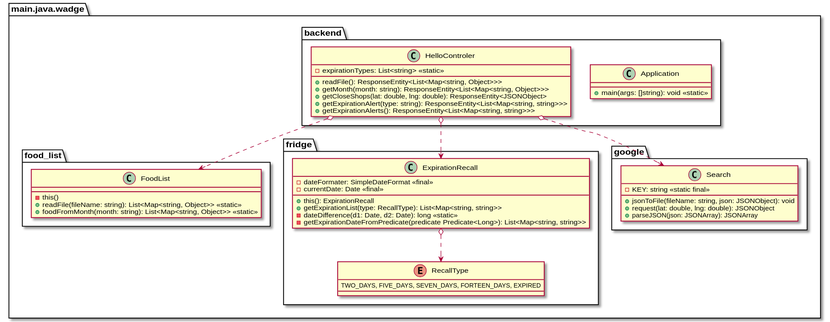
The PlantUML diagram docs/diagram/out/Wadge-BackEnd.svg in romainvacheret/wadge-backend, before a commit.
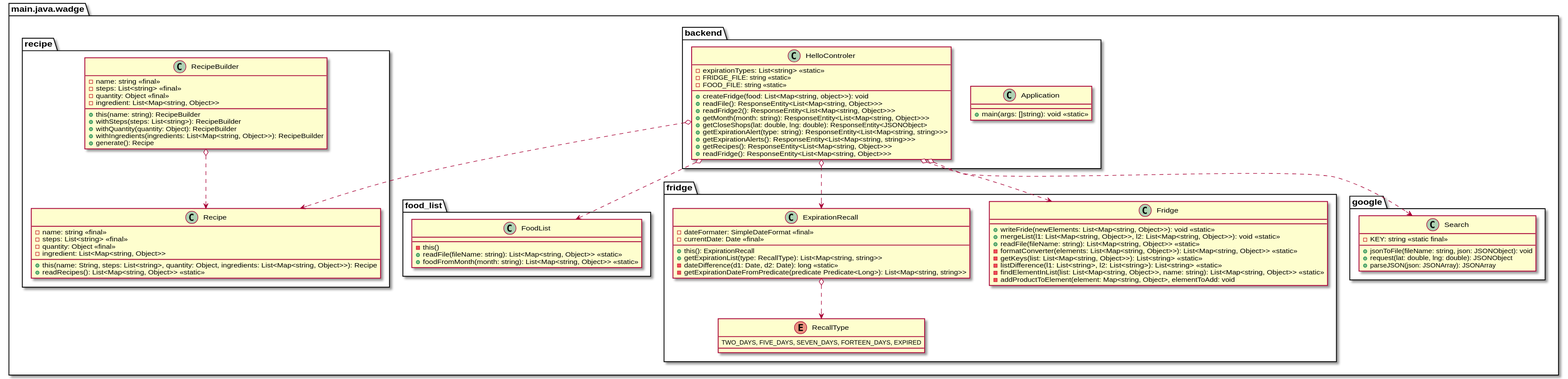
Later version of the same file.

Commit message:
Diagrams up to date

The edit, as a diff of the source:
```diff
@@ -7,12 +7,17 @@
 
             class HelloControler {
                 - expirationTypes: List<string> <<static>>
+                - FRIDGE_FILE: string <<static>>
+                - FOOD_FILE: string <<static>>
+                + createFridge(food: List<Map<string, object>>): void
                 + readFile(): ResponseEntity<List<Map<string, Object>>>
+                + readFridge2(): ResponseEntity<List<Map<string, Object>>>
                 + getMonth(month: string): ResponseEntity<List<Map<string, Object>>>
                 + getCloseShops(lat: double, lng: double): ResponseEntity<JSONObject>
                 + getExpirationAlert(type: string): ResponseEntity<List<Map<string, string>>>
                 + getExpirationAlerts(): ResponseEntity<List<Map<string, string>>>
-
+                + getRecipes(): ResponseEntity<List<Map<string, Object>>>
+                + readFridge(): ResponseEntity<List<Map<string, Object>>>
             }
 
         }
@@ -26,6 +31,18 @@
         }
 
         package fridge {
+            class Fridge {
+                + writeFride(newElements: List<Map<string, Object>>): void <<static>>
+                + mergeList(l1: List<Map<string, Object>>, l2: List<Map<string, Object>>): void <<static>>
+                + readFile(fileName: string): List<Map<string, Object>> <<static>>
+                - formatConverter(elements: List<Map<string, Object>>): List<Map<string, Object>> <<static>>
+                - getKeys(list: List<Map<string, Object>>): List<string> <<static>>
+                - listDifference(l1: List<string>, l2: List<string>): List<string> <<static>>
+                - findElementInList(list: List<Map<string, Object>>, name: string): List<Map<string, Object>> <<static>>
+                - addProductToElement(element: Map<string, Object>, elementToAdd: void
+
+            }
+
             class ExpirationRecall {
                 - dateFormater: SimpleDateFormat <<final>>
                 - currentDate: Date <<final>>
@@ -50,10 +67,36 @@
                 + parseJSON(json: JSONArray): JSONArray
             }
         }
+
+        package recipe {
+            class Recipe {
+                - name: string <<final>>
+                - steps: List<string> <<final>>
+                - quantity: Object <<final>>
+                - ingredient: List<Map<string, Object>>
+                + this(name: String, steps: List<string>, quantity: Object, ingredients: List<Map<string, Object>>): Recipe
+                + readRecipes(): List<Map<string, Object>> <<static>>
+            }
+
+            class RecipeBuilder {
+                - name: string <<final>>
+                - steps: List<string> <<final>>
+                - quantity: Object <<final>>
+                - ingredient: List<Map<string, Object>>
+                + this(name: string): RecipeBuilder
+                + withSteps(steps: List<string>): RecipeBuilder
+                + withQuantity(quantity: Object): RecipeBuilder
+                + withIngredients(ingredients: List<Map<string, Object>>): RecipeBuilder
+                + generate(): Recipe
+            }
+            RecipeBuilder o..> Recipe
+        }
     }
 
     HelloControler o..> FoodList
     HelloControler o..> ExpirationRecall
     HelloControler o..> Search
+    HelloControler o..> Fridge
+    HelloControler o..> Recipe
 
 @enduml
```
